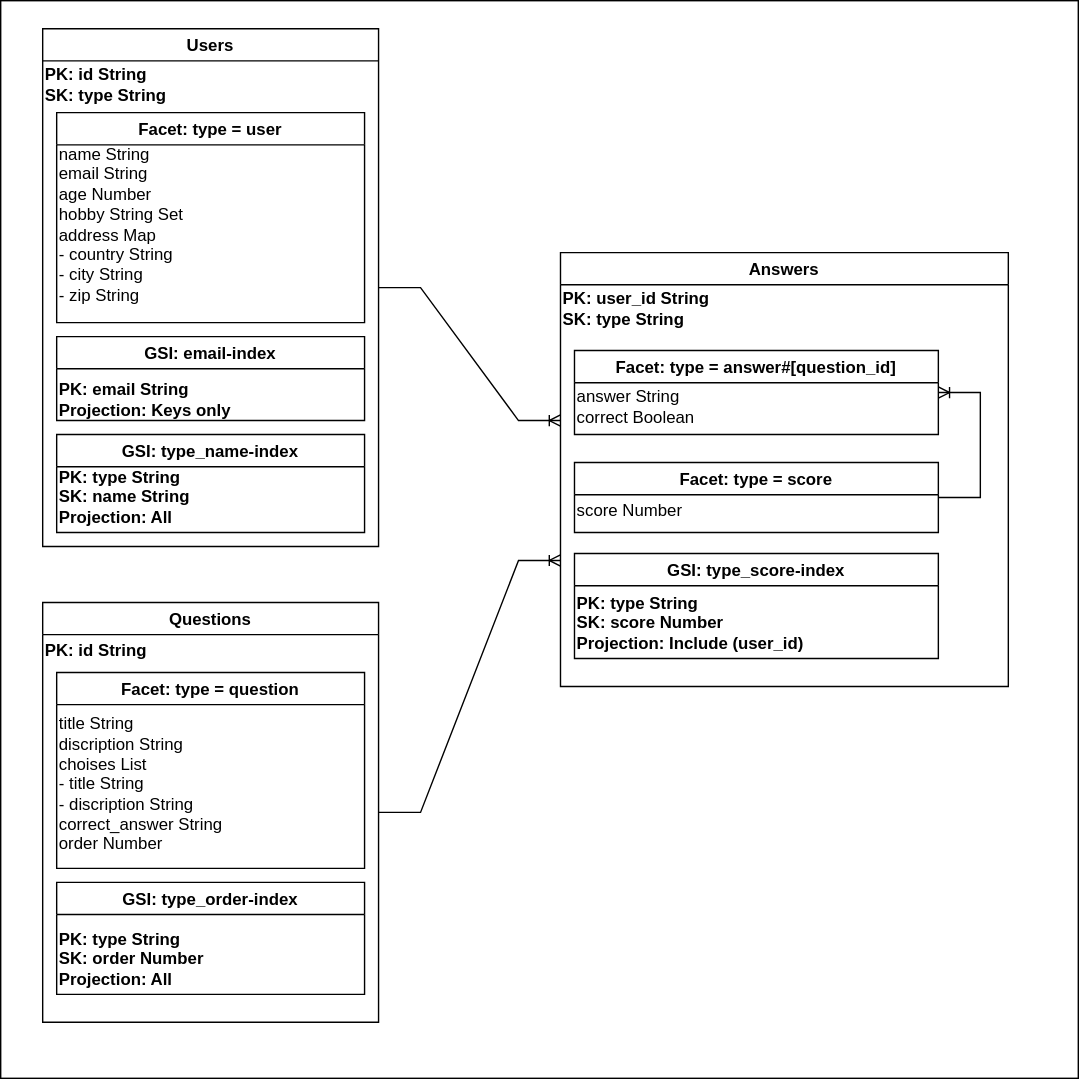
Before: er.drawio.svg, a diagram exported from draw.io (danishi/dynamodb-er-diagram). Source tidied: cells renumbered, new cells last; positions are measured from the earlier drawing's top-left corner, leaving out a move shared by most shapes.
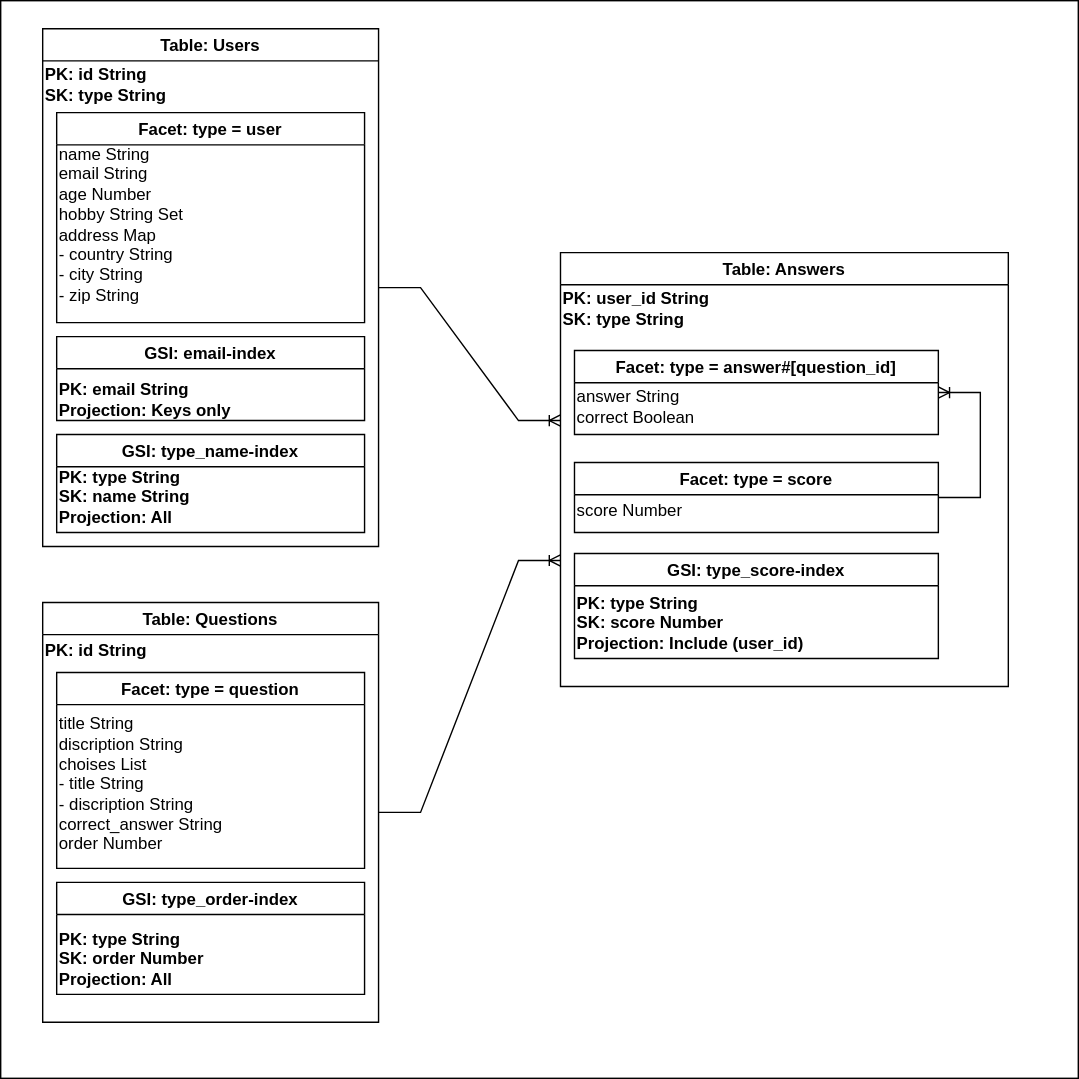
After the commit.

Diff of the diagram source:
```diff
@@ -5,7 +5,7 @@
     <mxCell id="2" style="whiteSpace=wrap;html=1;fillColor=#FFFFFF;" parent="1" vertex="1">
       <mxGeometry width="770" height="770" as="geometry" />
     </mxCell>
-    <mxCell id="3" value="Users" style="swimlane;strokeColor=#000000;" parent="1" vertex="1">
+    <mxCell id="3" value="Table: Users" style="swimlane;strokeColor=#000000;" parent="1" vertex="1">
       <mxGeometry x="30" y="20" width="240" height="370" as="geometry" />
     </mxCell>
     <mxCell id="4" value="&lt;span style=&quot;background-color: initial;&quot;&gt;PK: id String&lt;br&gt;SK: type String&lt;br&gt;&lt;/span&gt;" style="text;html=1;align=left;verticalAlign=middle;strokeColor=none;fillColor=none;fontStyle=1;fontColor=#000000;" parent="3" vertex="1">
@@ -34,7 +34,7 @@
         <mxPoint x="400" y="300" as="targetPoint" />
       </mxGeometry>
     </mxCell>
-    <mxCell id="12" value="Answers" style="swimlane;startSize=23;strokeColor=#000000;" parent="1" vertex="1">
+    <mxCell id="12" value="Table: Answers" style="swimlane;startSize=23;strokeColor=#000000;" parent="1" vertex="1">
       <mxGeometry x="400" y="180" width="320" height="310" as="geometry" />
     </mxCell>
     <mxCell id="13" value="&lt;span style=&quot;background-color: initial;&quot;&gt;PK: user_id String&lt;br&gt;SK: type String&lt;br&gt;&lt;/span&gt;" style="text;html=1;align=left;verticalAlign=middle;strokeColor=none;fillColor=none;fontStyle=1;fontColor=#000000;" parent="12" vertex="1">
@@ -61,7 +61,7 @@
     <mxCell id="20" style="edgeStyle=entityRelationEdgeStyle;fontSize=12;html=1;endArrow=ERoneToMany;rounded=0;exitX=1;exitY=0.5;exitDx=0;exitDy=0;entryX=1;entryY=0.5;entryDx=0;entryDy=0;strokeColor=#000000;" parent="12" edge="1" source="18" target="14">
       <mxGeometry relative="1" as="geometry" />
     </mxCell>
-    <mxCell id="21" value="Questions" style="swimlane;strokeColor=#000000;" parent="1" vertex="1">
+    <mxCell id="21" value="Table: Questions" style="swimlane;strokeColor=#000000;" parent="1" vertex="1">
       <mxGeometry x="30" y="430" width="240" height="300" as="geometry" />
     </mxCell>
     <mxCell id="22" value="&lt;span style=&quot;background-color: initial;&quot;&gt;PK: id String&lt;/span&gt;&lt;span style=&quot;background-color: initial;&quot;&gt;&lt;br&gt;&lt;/span&gt;" style="text;html=1;align=left;verticalAlign=middle;strokeColor=none;fillColor=none;fontStyle=1;fontColor=#000000;" parent="21" vertex="1">
```
